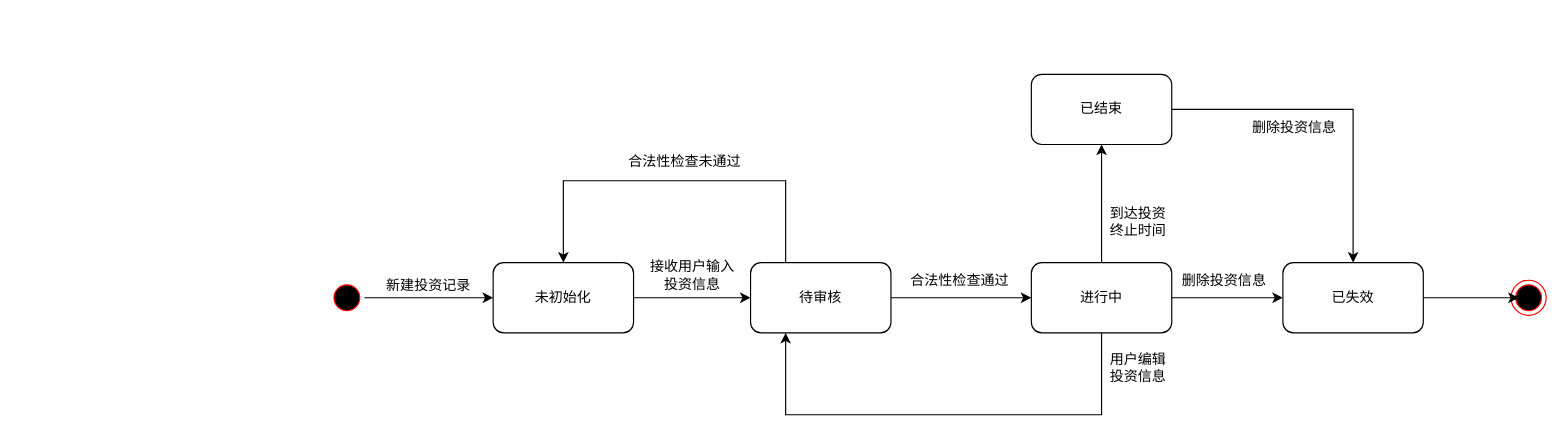
Earlier version of the draw.io diagram Target状态图.drawio (PomeloLemon/SoftwareDiagrams). Source tidied: cells renumbered, new cells numbered last; positions are measured from the earlier drawing's top-left corner, leaving out a move shared by most shapes. Both pictures are drawn from the tidied source at 117%, with x=0, y=0 at pixel (329, 74).
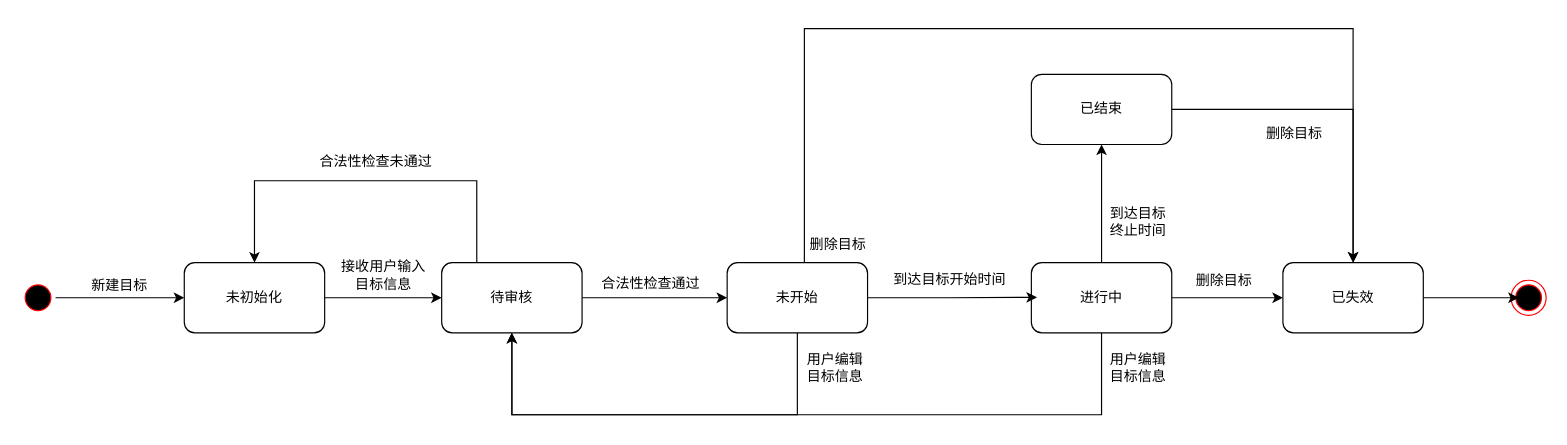
The same diagram, later.

Commit message:
更新Target状态图.drawio

Unchanged cells that the change refers to:
```xml
<mxCell id="14" value="进行中" style="rounded=1;whiteSpace=wrap;html=1;" parent="1" vertex="1">
  <mxGeometry x="600" y="161" width="120" height="60" as="geometry" />
</mxCell>
<mxCell id="19" value="已失效" style="rounded=1;whiteSpace=wrap;html=1;" parent="1" vertex="1">
  <mxGeometry x="815" y="161" width="120" height="60" as="geometry" />
</mxCell>
<mxCell id="23" value="已结束" style="rounded=1;whiteSpace=wrap;html=1;" parent="1" vertex="1">
  <mxGeometry x="600" width="120" height="60" as="geometry" />
</mxCell>
```

Change to the diagram source:
```diff
@@
     <mxCell id="3" value="未初始化" style="rounded=1;whiteSpace=wrap;html=1;" parent="1" vertex="1">
-      <mxGeometry x="140" y="161" width="120" height="60" as="geometry" />
+      <mxGeometry x="-124" y="161" width="120" height="60" as="geometry" />
     </mxCell>
@@
     <mxCell id="5" style="ellipse;html=1;shape=startState;fillColor=#000000;strokeColor=#ff0000;" parent="1" vertex="1">
-      <mxGeometry y="176" width="30" height="30" as="geometry" />
+      <mxGeometry x="-264" y="176" width="30" height="30" as="geometry" />
     </mxCell>
-    <mxCell id="6" value="新建投资记录" style="text;html=1;strokeColor=none;fillColor=none;align=center;verticalAlign=middle;whiteSpace=wrap;rounded=0;" parent="1" vertex="1">
-      <mxGeometry x="20" y="166" width="130" height="30" as="geometry" />
+    <mxCell id="6" value="新建目标" style="text;html=1;strokeColor=none;fillColor=none;align=center;verticalAlign=middle;whiteSpace=wrap;rounded=0;" parent="1" vertex="1">
+      <mxGeometry x="-244" y="166" width="130" height="30" as="geometry" />
     </mxCell>
     <mxCell id="7" style="edgeStyle=orthogonalEdgeStyle;rounded=0;jettySize=auto;html=1;exitX=0.5;exitY=0;exitDx=0;exitDy=0;entryX=0.5;entryY=0;entryDx=0;entryDy=0;" parent="1" edge="1" source="9" target="3">
       <mxGeometry relative="1" as="geometry">
         <Array as="points">
-          <mxPoint x="390" y="161" />
-          <mxPoint x="390" y="91" />
-          <mxPoint x="200" y="91" />
+          <mxPoint x="126" y="161" />
+          <mxPoint x="126" y="91" />
+          <mxPoint x="-64" y="91" />
         </Array>
       </mxGeometry>
     </mxCell>
-    <mxCell id="8" style="edgeStyle=orthogonalEdgeStyle;rounded=0;jettySize=auto;html=1;entryX=0;entryY=0.5;entryDx=0;entryDy=0;" parent="1" edge="1" source="9" target="14">
-      <mxGeometry relative="1" as="geometry" />
-    </mxCell>
+    <mxCell id="26" style="edgeStyle=orthogonalEdgeStyle;rounded=0;jettySize=auto;html=1;" parent="1" edge="1" source="9" target="29">
+      <mxGeometry relative="1" as="geometry" />
+    </mxCell>
     <mxCell id="9" value="待审核" style="rounded=1;whiteSpace=wrap;html=1;" parent="1" vertex="1">
-      <mxGeometry x="360" y="161" width="120" height="60" as="geometry" />
+      <mxGeometry x="96" y="161" width="120" height="60" as="geometry" />
     </mxCell>
-    <mxCell id="10" value="接收用户输入&lt;br&gt;投资信息" style="text;html=1;align=center;verticalAlign=middle;strokeColor=none;fillColor=none;" parent="1" vertex="1">
-      <mxGeometry x="260" y="152" width="100" height="40" as="geometry" />
+    <mxCell id="10" value="接收用户输入&lt;br&gt;目标信息" style="text;html=1;align=center;verticalAlign=middle;strokeColor=none;fillColor=none;" parent="1" vertex="1">
+      <mxGeometry x="-4" y="152" width="100" height="40" as="geometry" />
     </mxCell>
@@
+    <mxCell id="13" style="edgeStyle=orthogonalEdgeStyle;rounded=0;jettySize=auto;html=1;" parent="1" edge="1" source="14" target="23">
+      <mxGeometry relative="1" as="geometry" />
+    </mxCell>
-    <mxCell id="12" style="edgeStyle=orthogonalEdgeStyle;rounded=0;jettySize=auto;html=1;exitX=0.5;exitY=1;exitDx=0;exitDy=0;entryX=0.25;entryY=1;entryDx=0;entryDy=0;" parent="1" edge="1" source="14" target="9">
+    <mxCell id="12" style="edgeStyle=orthogonalEdgeStyle;rounded=0;jettySize=auto;html=1;exitX=0.5;exitY=1;exitDx=0;exitDy=0;entryX=0.5;entryY=1;entryDx=0;entryDy=0;" parent="1" edge="1" source="14" target="9">
       <mxGeometry relative="1" as="geometry">
         <Array as="points">
           <mxPoint x="660" y="291" />
-          <mxPoint x="390" y="291" />
+          <mxPoint x="156" y="291" />
         </Array>
       </mxGeometry>
     </mxCell>
-    <mxCell id="13" style="edgeStyle=orthogonalEdgeStyle;rounded=0;jettySize=auto;html=1;" parent="1" edge="1" source="14" target="23">
-      <mxGeometry relative="1" as="geometry" />
-    </mxCell>
@@
     <mxCell id="15" value="合法性检查通过" style="text;html=1;strokeColor=none;fillColor=none;align=center;verticalAlign=middle;whiteSpace=wrap;rounded=0;" parent="1" vertex="1">
-      <mxGeometry x="474" y="162" width="130" height="30" as="geometry" />
+      <mxGeometry x="210" y="164" width="130" height="30" as="geometry" />
     </mxCell>
-    <mxCell id="16" value="删除投资信息" style="text;html=1;strokeColor=none;fillColor=none;align=center;verticalAlign=middle;whiteSpace=wrap;rounded=0;" parent="1" vertex="1">
+    <mxCell id="16" value="删除目标" style="text;html=1;strokeColor=none;fillColor=none;align=center;verticalAlign=middle;whiteSpace=wrap;rounded=0;" parent="1" vertex="1">
       <mxGeometry x="700" y="162" width="130" height="30" as="geometry" />
     </mxCell>
     <mxCell id="17" value="合法性检查未通过" style="text;html=1;strokeColor=none;fillColor=none;align=center;verticalAlign=middle;whiteSpace=wrap;rounded=0;" parent="1" vertex="1">
-      <mxGeometry x="229" y="60" width="150" height="30" as="geometry" />
+      <mxGeometry x="-35" y="60" width="150" height="30" as="geometry" />
     </mxCell>
@@
-    <mxCell id="21" value="用户编辑&lt;br&gt;投资信息" style="text;html=1;align=center;verticalAlign=middle;strokeColor=none;fillColor=none;" parent="1" vertex="1">
+    <mxCell id="21" value="用户编辑&lt;br&gt;目标信息" style="text;html=1;align=center;verticalAlign=middle;strokeColor=none;fillColor=none;" parent="1" vertex="1">
       <mxGeometry x="656" y="231" width="70" height="40" as="geometry" />
     </mxCell>
@@
-    <mxCell id="24" value="删除投资信息" style="text;html=1;strokeColor=none;fillColor=none;align=center;verticalAlign=middle;whiteSpace=wrap;rounded=0;" parent="1" vertex="1">
-      <mxGeometry x="760" y="31" width="130" height="30" as="geometry" />
+    <mxCell id="24" value="删除目标" style="text;html=1;strokeColor=none;fillColor=none;align=center;verticalAlign=middle;whiteSpace=wrap;rounded=0;" parent="1" vertex="1">
+      <mxGeometry x="760" y="31" width="130" height="40" as="geometry" />
     </mxCell>
-    <mxCell id="25" value="到达投资&lt;br&gt;终止时间" style="text;html=1;align=center;verticalAlign=middle;strokeColor=none;fillColor=none;" parent="1" vertex="1">
+    <mxCell id="25" value="到达目标&lt;br&gt;终止时间" style="text;html=1;align=center;verticalAlign=middle;strokeColor=none;fillColor=none;" parent="1" vertex="1">
       <mxGeometry x="656" y="106" width="70" height="40" as="geometry" />
     </mxCell>
+    <mxCell id="27" style="edgeStyle=orthogonalEdgeStyle;rounded=0;jettySize=auto;html=1;exitX=0.5;exitY=1;exitDx=0;exitDy=0;entryX=0.5;entryY=1;entryDx=0;entryDy=0;" parent="1" edge="1" source="29" target="9">
+      <mxGeometry relative="1" as="geometry">
+        <Array as="points">
+          <mxPoint x="400" y="291" />
+          <mxPoint x="156" y="291" />
+        </Array>
+      </mxGeometry>
+    </mxCell>
+    <mxCell id="28" style="edgeStyle=orthogonalEdgeStyle;rounded=0;jettySize=auto;html=1;entryX=0.5;entryY=0;entryDx=0;entryDy=0;" parent="1" edge="1" source="29" target="19">
+      <mxGeometry relative="1" as="geometry">
+        <Array as="points">
+          <mxPoint x="406" y="-39" />
+          <mxPoint x="875" y="-39" />
+        </Array>
+      </mxGeometry>
+    </mxCell>
+    <mxCell id="29" value="未开始" style="rounded=1;whiteSpace=wrap;html=1;" parent="1" vertex="1">
+      <mxGeometry x="340" y="161" width="120" height="60" as="geometry" />
+    </mxCell>
+    <mxCell id="30" style="edgeStyle=orthogonalEdgeStyle;rounded=0;jettySize=auto;html=1;entryX=0.04;entryY=0.494;entryDx=0;entryDy=0;entryPerimeter=0;" parent="1" edge="1" source="29" target="14">
+      <mxGeometry relative="1" as="geometry" />
+    </mxCell>
+    <mxCell id="31" value="到达目标开始时间" style="text;html=1;align=center;verticalAlign=middle;strokeColor=none;fillColor=none;" parent="1" vertex="1">
+      <mxGeometry x="470" y="161" width="120" height="30" as="geometry" />
+    </mxCell>
+    <mxCell id="32" value="用户编辑&lt;br&gt;目标信息" style="text;html=1;align=center;verticalAlign=middle;strokeColor=none;fillColor=none;" parent="1" vertex="1">
+      <mxGeometry x="397" y="231" width="70" height="40" as="geometry" />
+    </mxCell>
+    <mxCell id="33" value="删除目标" style="text;html=1;strokeColor=none;fillColor=none;align=center;verticalAlign=middle;whiteSpace=wrap;rounded=0;" parent="1" vertex="1">
+      <mxGeometry x="370" y="131" width="130" height="30" as="geometry" />
+    </mxCell>
```
